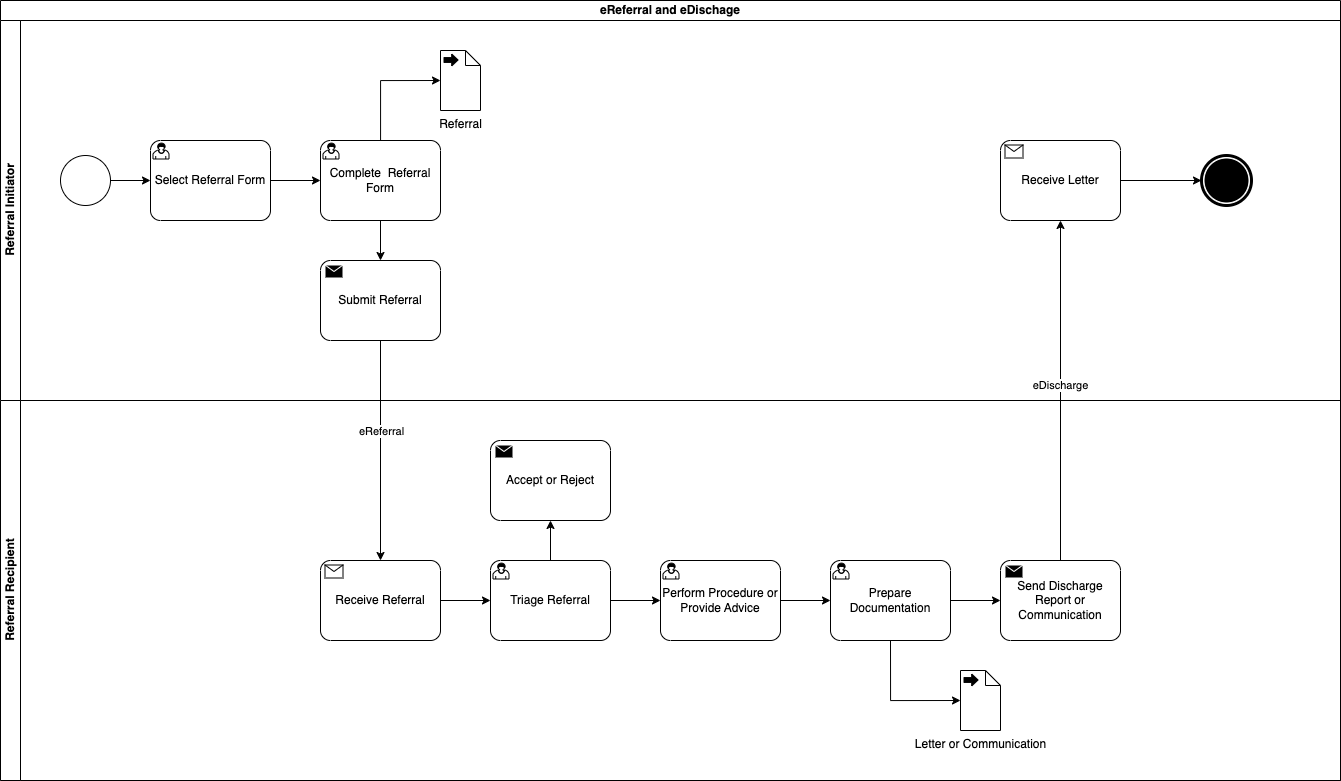
The draw.io diagram input/images/eReferral and eDischarge.drawio.png in Virtually-Healthcare/virtually-healthcare.github.com, before a commit. Source tidied: cells renumbered, new cells last; positions are measured from the earlier drawing's top-left corner, leaving out a move shared by most shapes. Source of this version:
```xml
<mxGraphModel>
  <root>
    <mxCell id="0" />
    <mxCell id="1" parent="0" />
    <mxCell id="2" value="eReferral and eDischage" style="swimlane;html=1;horizontal=1;startSize=20;whiteSpace=wrap;" parent="1" vertex="1">
      <mxGeometry width="1340" height="780" as="geometry" />
    </mxCell>
    <mxCell id="3" value="Referral Initiator" style="swimlane;html=1;startSize=20;horizontal=0;" parent="2" vertex="1">
      <mxGeometry y="20" width="1340" height="380" as="geometry" />
    </mxCell>
    <mxCell id="4" style="edgeStyle=orthogonalEdgeStyle;rounded=0;jettySize=auto;html=1;entryX=0;entryY=0.5;entryDx=0;entryDy=0;entryPerimeter=0;" parent="3" edge="1" source="5" target="7">
      <mxGeometry relative="1" as="geometry" />
    </mxCell>
    <mxCell id="5" style="points=[[0.145,0.145,0],[0.5,0,0],[0.855,0.145,0],[1,0.5,0],[0.855,0.855,0],[0.5,1,0],[0.145,0.855,0],[0,0.5,0]];shape=mxgraph.bpmn.event;html=1;verticalLabelPosition=bottom;labelBackgroundColor=#ffffff;verticalAlign=top;align=center;perimeter=ellipsePerimeter;outlineConnect=0;outline=standard;symbol=general;" parent="3" vertex="1">
      <mxGeometry x="60" y="135" width="50" height="50" as="geometry" />
    </mxCell>
    <mxCell id="6" style="edgeStyle=orthogonalEdgeStyle;rounded=0;jettySize=auto;html=1;" parent="3" edge="1" source="7" target="8">
      <mxGeometry relative="1" as="geometry" />
    </mxCell>
    <mxCell id="7" value="Select Referral Form" style="points=[[0.25,0,0],[0.5,0,0],[0.75,0,0],[1,0.25,0],[1,0.5,0],[1,0.75,0],[0.75,1,0],[0.5,1,0],[0.25,1,0],[0,0.75,0],[0,0.5,0],[0,0.25,0]];shape=mxgraph.bpmn.task2;whiteSpace=wrap;rectStyle=rounded;size=10;html=1;taskMarker=user;" parent="3" vertex="1">
      <mxGeometry x="150" y="120" width="120" height="80" as="geometry" />
    </mxCell>
    <mxCell id="8" value="Complete&amp;nbsp; Referral Form" style="points=[[0.25,0,0],[0.5,0,0],[0.75,0,0],[1,0.25,0],[1,0.5,0],[1,0.75,0],[0.75,1,0],[0.5,1,0],[0.25,1,0],[0,0.75,0],[0,0.5,0],[0,0.25,0]];shape=mxgraph.bpmn.task2;whiteSpace=wrap;rectStyle=rounded;size=10;html=1;taskMarker=user;" parent="3" vertex="1">
      <mxGeometry x="320" y="120" width="120" height="80" as="geometry" />
    </mxCell>
    <mxCell id="9" value="Submit Referral" style="points=[[0.25,0,0],[0.5,0,0],[0.75,0,0],[1,0.25,0],[1,0.5,0],[1,0.75,0],[0.75,1,0],[0.5,1,0],[0.25,1,0],[0,0.75,0],[0,0.5,0],[0,0.25,0]];shape=mxgraph.bpmn.task2;whiteSpace=wrap;rectStyle=rounded;size=10;html=1;taskMarker=send;" parent="3" vertex="1">
      <mxGeometry x="320" y="240" width="120" height="80" as="geometry" />
    </mxCell>
    <mxCell id="10" style="edgeStyle=orthogonalEdgeStyle;rounded=0;jettySize=auto;html=1;entryX=0.5;entryY=0;entryDx=0;entryDy=0;entryPerimeter=0;" parent="3" edge="1" source="8" target="9">
      <mxGeometry relative="1" as="geometry" />
    </mxCell>
    <mxCell id="11" value="Referral" style="shape=mxgraph.bpmn.data2;labelPosition=center;verticalLabelPosition=bottom;align=center;verticalAlign=top;size=15;html=1;bpmnTransferType=output;" parent="3" vertex="1">
      <mxGeometry x="440" y="30" width="40" height="60" as="geometry" />
    </mxCell>
    <mxCell id="12" style="edgeStyle=orthogonalEdgeStyle;rounded=0;jettySize=auto;html=1;entryX=0;entryY=0.5;entryDx=0;entryDy=0;entryPerimeter=0;" parent="3" edge="1" source="8" target="11">
      <mxGeometry relative="1" as="geometry" />
    </mxCell>
    <mxCell id="13" value="Receive Letter" style="points=[[0.25,0,0],[0.5,0,0],[0.75,0,0],[1,0.25,0],[1,0.5,0],[1,0.75,0],[0.75,1,0],[0.5,1,0],[0.25,1,0],[0,0.75,0],[0,0.5,0],[0,0.25,0]];shape=mxgraph.bpmn.task2;whiteSpace=wrap;rectStyle=rounded;size=10;html=1;taskMarker=receive;" parent="3" vertex="1">
      <mxGeometry x="1000" y="120" width="120" height="80" as="geometry" />
    </mxCell>
    <mxCell id="14" style="points=[[0.145,0.145,0],[0.5,0,0],[0.855,0.145,0],[1,0.5,0],[0.855,0.855,0],[0.5,1,0],[0.145,0.855,0],[0,0.5,0]];shape=mxgraph.bpmn.event;html=1;verticalLabelPosition=bottom;labelBackgroundColor=#ffffff;verticalAlign=top;align=center;perimeter=ellipsePerimeter;outlineConnect=0;outline=end;symbol=terminate;" parent="3" vertex="1">
      <mxGeometry x="1201" y="135" width="50" height="50" as="geometry" />
    </mxCell>
    <mxCell id="15" style="edgeStyle=orthogonalEdgeStyle;rounded=0;jettySize=auto;html=1;" parent="3" edge="1" source="13" target="14">
      <mxGeometry relative="1" as="geometry" />
    </mxCell>
    <mxCell id="16" value="Referral Recipient" style="swimlane;html=1;startSize=20;horizontal=0;" parent="2" vertex="1">
      <mxGeometry y="400" width="1340" height="380" as="geometry" />
    </mxCell>
    <mxCell id="17" style="edgeStyle=orthogonalEdgeStyle;rounded=0;jettySize=auto;html=1;" parent="16" edge="1" source="18" target="19">
      <mxGeometry relative="1" as="geometry" />
    </mxCell>
    <mxCell id="18" value="Receive Referral" style="points=[[0.25,0,0],[0.5,0,0],[0.75,0,0],[1,0.25,0],[1,0.5,0],[1,0.75,0],[0.75,1,0],[0.5,1,0],[0.25,1,0],[0,0.75,0],[0,0.5,0],[0,0.25,0]];shape=mxgraph.bpmn.task2;whiteSpace=wrap;rectStyle=rounded;size=10;html=1;taskMarker=receive;" parent="16" vertex="1">
      <mxGeometry x="320" y="160" width="120" height="80" as="geometry" />
    </mxCell>
    <mxCell id="19" value="Triage Referral" style="points=[[0.25,0,0],[0.5,0,0],[0.75,0,0],[1,0.25,0],[1,0.5,0],[1,0.75,0],[0.75,1,0],[0.5,1,0],[0.25,1,0],[0,0.75,0],[0,0.5,0],[0,0.25,0]];shape=mxgraph.bpmn.task2;whiteSpace=wrap;rectStyle=rounded;size=10;html=1;taskMarker=user;" parent="16" vertex="1">
      <mxGeometry x="490" y="160" width="120" height="80" as="geometry" />
    </mxCell>
    <mxCell id="20" style="edgeStyle=orthogonalEdgeStyle;rounded=0;jettySize=auto;html=1;entryX=0;entryY=0.5;entryDx=0;entryDy=0;entryPerimeter=0;" parent="16" edge="1" source="19" target="21">
      <mxGeometry relative="1" as="geometry" />
    </mxCell>
    <mxCell id="21" value="Perform Procedure or Provide Advice" style="points=[[0.25,0,0],[0.5,0,0],[0.75,0,0],[1,0.25,0],[1,0.5,0],[1,0.75,0],[0.75,1,0],[0.5,1,0],[0.25,1,0],[0,0.75,0],[0,0.5,0],[0,0.25,0]];shape=mxgraph.bpmn.task2;whiteSpace=wrap;rectStyle=rounded;size=10;html=1;taskMarker=user;" parent="16" vertex="1">
      <mxGeometry x="660" y="160" width="120" height="80" as="geometry" />
    </mxCell>
    <mxCell id="22" value="Prepare Documentation" style="points=[[0.25,0,0],[0.5,0,0],[0.75,0,0],[1,0.25,0],[1,0.5,0],[1,0.75,0],[0.75,1,0],[0.5,1,0],[0.25,1,0],[0,0.75,0],[0,0.5,0],[0,0.25,0]];shape=mxgraph.bpmn.task2;whiteSpace=wrap;rectStyle=rounded;size=10;html=1;taskMarker=user;" parent="16" vertex="1">
      <mxGeometry x="830" y="160" width="120" height="80" as="geometry" />
    </mxCell>
    <mxCell id="23" style="edgeStyle=orthogonalEdgeStyle;rounded=0;jettySize=auto;html=1;entryX=0;entryY=0.5;entryDx=0;entryDy=0;entryPerimeter=0;" parent="16" edge="1" source="21" target="22">
      <mxGeometry relative="1" as="geometry" />
    </mxCell>
    <mxCell id="24" value="Send Discharge Report or Communication" style="points=[[0.25,0,0],[0.5,0,0],[0.75,0,0],[1,0.25,0],[1,0.5,0],[1,0.75,0],[0.75,1,0],[0.5,1,0],[0.25,1,0],[0,0.75,0],[0,0.5,0],[0,0.25,0]];shape=mxgraph.bpmn.task2;whiteSpace=wrap;rectStyle=rounded;size=10;html=1;taskMarker=send;" parent="16" vertex="1">
      <mxGeometry x="1000" y="160" width="120" height="80" as="geometry" />
    </mxCell>
    <mxCell id="25" style="edgeStyle=orthogonalEdgeStyle;rounded=0;jettySize=auto;html=1;entryX=0;entryY=0.5;entryDx=0;entryDy=0;entryPerimeter=0;" parent="16" edge="1" source="22" target="24">
      <mxGeometry relative="1" as="geometry" />
    </mxCell>
    <mxCell id="26" value="Letter or Communication" style="shape=mxgraph.bpmn.data2;labelPosition=center;verticalLabelPosition=bottom;align=center;verticalAlign=top;size=15;html=1;bpmnTransferType=output;" parent="16" vertex="1">
      <mxGeometry x="960" y="270" width="40" height="60" as="geometry" />
    </mxCell>
    <mxCell id="27" style="edgeStyle=orthogonalEdgeStyle;rounded=0;jettySize=auto;html=1;entryX=0;entryY=0.5;entryDx=0;entryDy=0;entryPerimeter=0;exitX=0.5;exitY=1;exitDx=0;exitDy=0;exitPerimeter=0;" parent="16" edge="1" source="22" target="26">
      <mxGeometry relative="1" as="geometry">
        <Array as="points">
          <mxPoint x="890" y="300" />
        </Array>
      </mxGeometry>
    </mxCell>
    <mxCell id="28" value="Accept or Reject" style="points=[[0.25,0,0],[0.5,0,0],[0.75,0,0],[1,0.25,0],[1,0.5,0],[1,0.75,0],[0.75,1,0],[0.5,1,0],[0.25,1,0],[0,0.75,0],[0,0.5,0],[0,0.25,0]];shape=mxgraph.bpmn.task2;whiteSpace=wrap;rectStyle=rounded;size=10;html=1;taskMarker=send;bpmnShapeType=task;" parent="16" vertex="1">
      <mxGeometry x="490" y="40" width="120" height="80" as="geometry" />
    </mxCell>
    <mxCell id="29" style="edgeStyle=orthogonalEdgeStyle;rounded=0;jettySize=auto;html=1;entryX=0.5;entryY=1;entryDx=0;entryDy=0;entryPerimeter=0;" parent="16" edge="1" source="19" target="28">
      <mxGeometry relative="1" as="geometry" />
    </mxCell>
    <mxCell id="30" style="edgeStyle=orthogonalEdgeStyle;rounded=0;jettySize=auto;html=1;" parent="2" edge="1" source="9" target="18">
      <mxGeometry relative="1" as="geometry" />
    </mxCell>
    <mxCell id="31" value="eReferral" style="edgeLabel;html=1;align=center;verticalAlign=middle;" parent="30" vertex="1">
      <mxGeometry x="-0.18" relative="1" as="geometry" />
    </mxCell>
    <mxCell id="32" style="edgeStyle=orthogonalEdgeStyle;rounded=0;jettySize=auto;html=1;entryX=0.5;entryY=1;entryDx=0;entryDy=0;entryPerimeter=0;exitX=0.5;exitY=0;exitDx=0;exitDy=0;exitPerimeter=0;" parent="2" edge="1" source="24" target="13">
      <mxGeometry relative="1" as="geometry" />
    </mxCell>
    <mxCell id="33" value="eDischarge" style="edgeLabel;html=1;align=center;verticalAlign=middle;" parent="32" vertex="1">
      <mxGeometry x="0.04" y="1" relative="1" as="geometry" />
    </mxCell>
  </root>
</mxGraphModel>
```
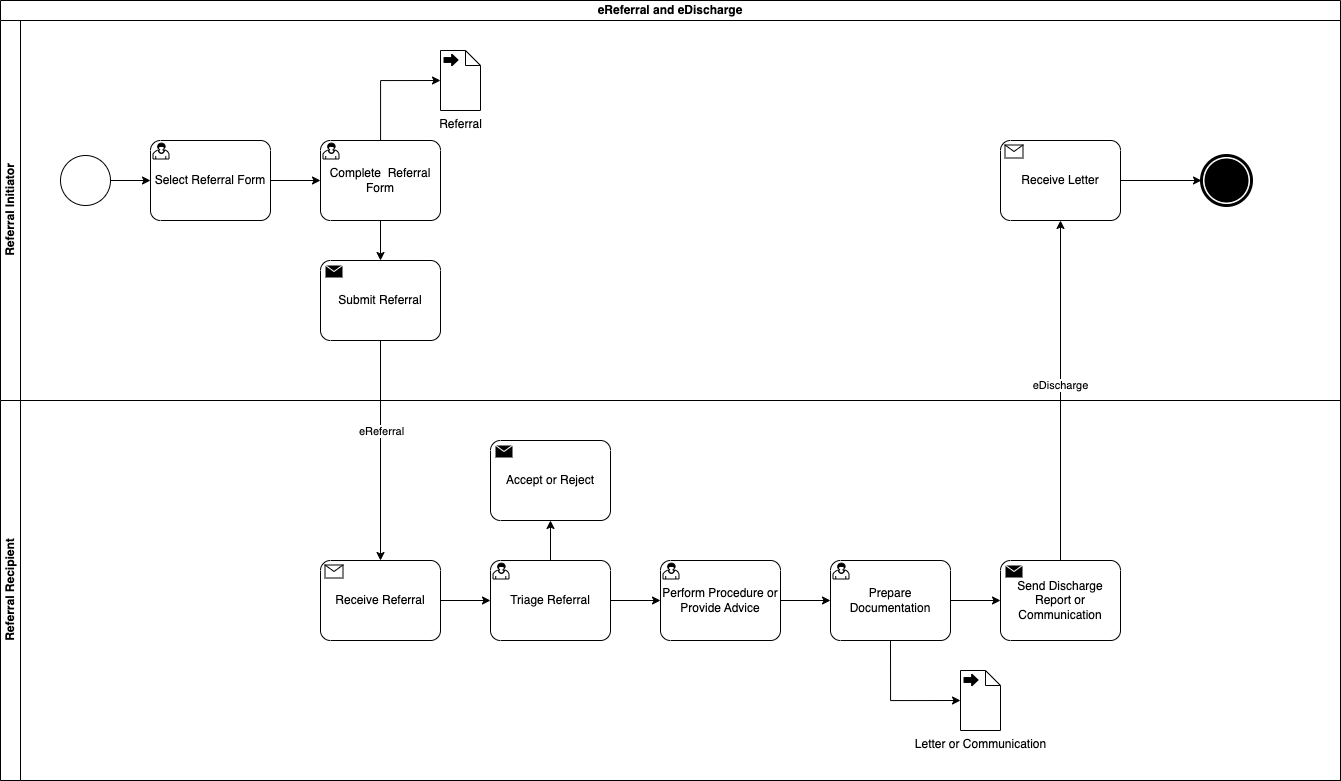
The same diagram one commit later.

Commit message:
Moved to eRequesting alignment

What changed in the source:
```diff
@@ -2,7 +2,7 @@
   <root>
     <mxCell id="0" />
     <mxCell id="1" parent="0" />
-    <mxCell id="2" value="eReferral and eDischage" style="swimlane;html=1;horizontal=1;startSize=20;whiteSpace=wrap;" parent="1" vertex="1">
+    <mxCell id="2" value="eReferral and eDischarge" style="swimlane;html=1;horizontal=1;startSize=20;whiteSpace=wrap;" parent="1" vertex="1">
       <mxGeometry width="1340" height="780" as="geometry" />
     </mxCell>
     <mxCell id="3" value="Referral Initiator" style="swimlane;html=1;startSize=20;horizontal=0;" parent="2" vertex="1">
```
